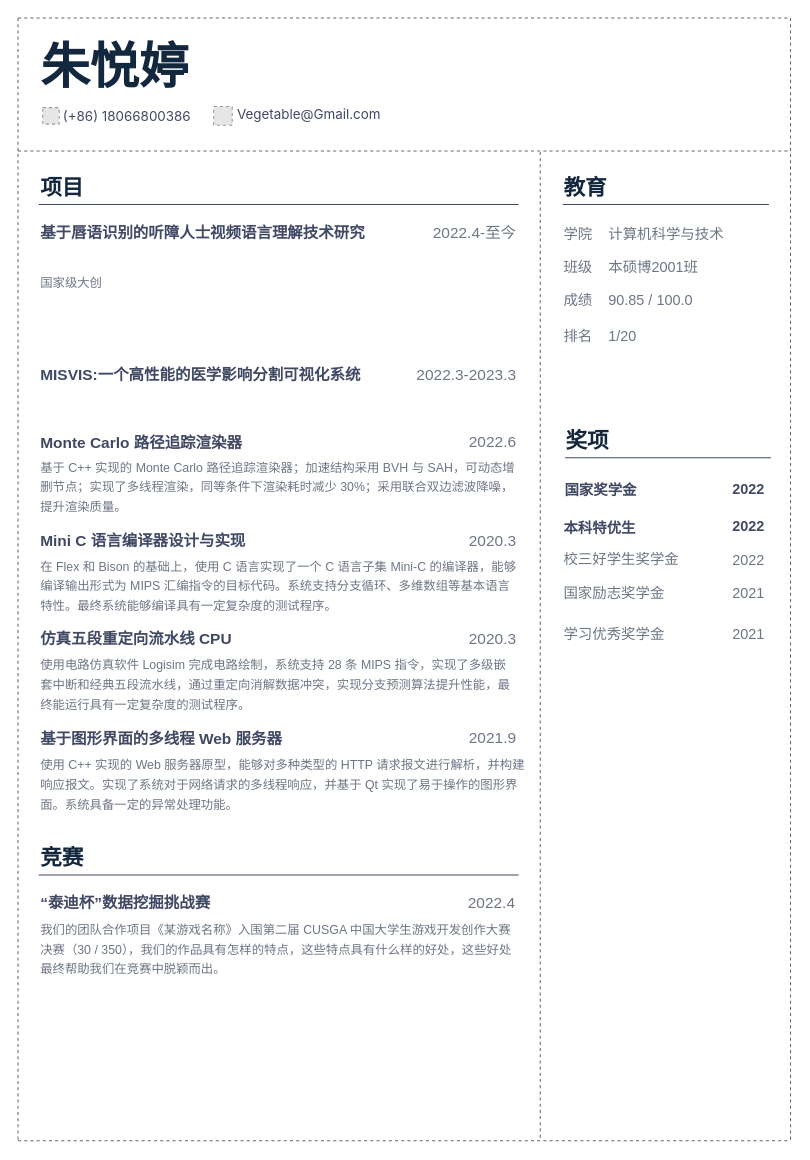
Before: source/DrawCV.drawio in Polycoriander/DrawCV, a draw.io diagram. Source tidied: cells renumbered, new cells numbered last; positions are measured from the earlier drawing's top-left corner, leaving out a move shared by most shapes. Both pictures are drawn from the tidied source at 103%, with x=0, y=0 at pixel (18, 18). Pictures stored in the file or linked from it are replaced by grey dashed boxes.
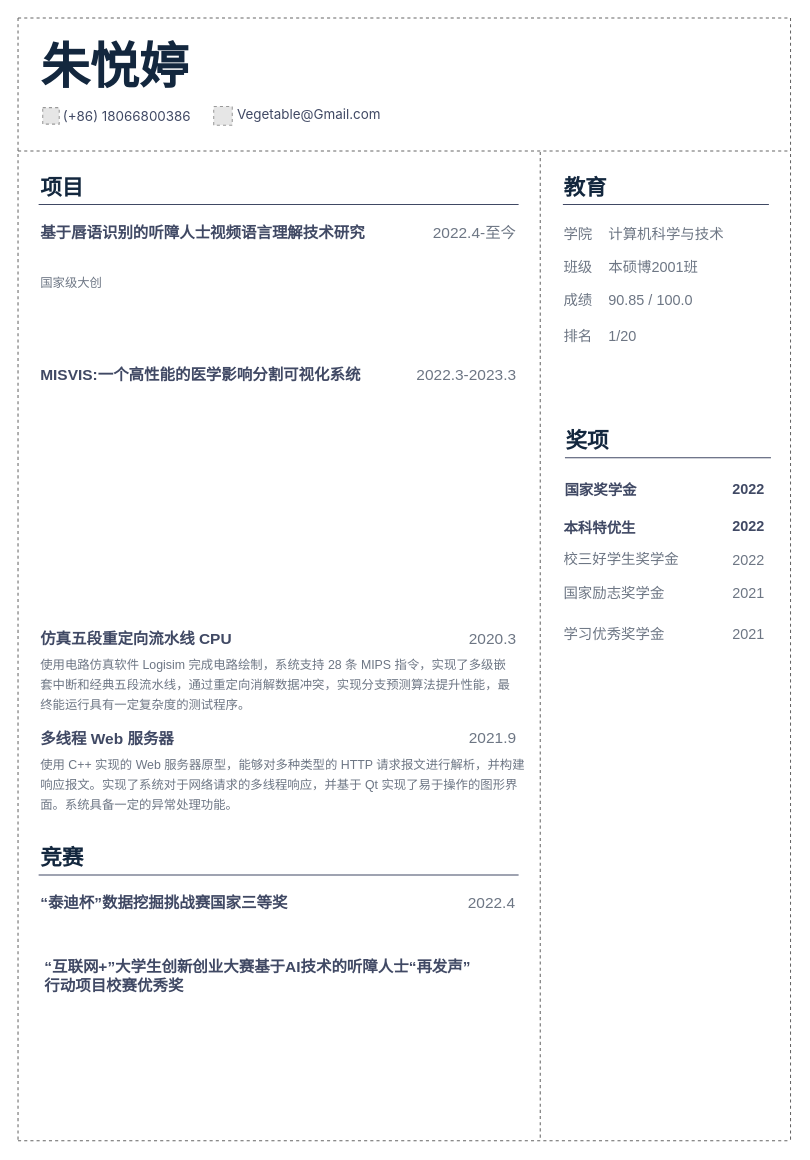
After the change.

The edit, as a diff of the source:
```diff
@@
-    <mxCell id="35" value="&lt;p style=&quot;text-align:center;&quot; align=&quot;center&quot; class=&quot;MsoNormal&quot;&gt;“泰迪杯”数据挖掘挑战赛&lt;span style=&quot;mso-spacerun:'yes';font-family:宋体;mso-ascii-font-family:Calibri;&lt;br/&gt;mso-hansi-font-family:Calibri;mso-bidi-font-family:'Times New Roman';font-size:12.0000pt;&lt;br/&gt;mso-font-kerning:1.0000pt;&quot;&gt;&lt;/span&gt;&lt;/p&gt;" style="text;html=1;strokeColor=none;fillColor=none;align=left;verticalAlign=middle;whiteSpace=wrap;rounded=0;fontSize=15;fontFamily=Source Han Sans;fontStyle=1;fontColor=#404964;" parent="1" vertex="1">
+    <mxCell id="35" value="&lt;p style=&quot;text-align:center;&quot; align=&quot;center&quot; class=&quot;MsoNormal&quot;&gt;“泰迪杯”数据挖掘挑战赛国家三等奖&lt;span&gt;&lt;/span&gt;&lt;/p&gt;" style="text;html=1;strokeColor=none;fillColor=none;align=left;verticalAlign=middle;whiteSpace=wrap;rounded=0;fontSize=15;fontFamily=Source Han Sans;fontStyle=1;fontColor=#404964;" parent="1" vertex="1">
       <mxGeometry x="20" y="849" width="416" height="20" as="geometry" />
     </mxCell>
@@
-    <mxCell id="37" value="&lt;p style=&quot;line-height: 1.6;&quot;&gt;我们的团队合作项目《某游戏名称》入围第二届 CUSGA 中国大学生游戏开发创作大赛决赛（30 / 350），我们的作品具有怎样的特点，这些特点具有什么样的好处，这些好处最终帮助我们在竞赛中脱颖而出。&lt;/p&gt;" style="text;html=1;strokeColor=none;fillColor=none;align=left;verticalAlign=middle;whiteSpace=wrap;rounded=0;fontFamily=Source Han Sans;fontSize=12;fontColor=#6D7684;fontStyle=0;" parent="1" vertex="1">
+    <mxCell id="37" value="&lt;p style=&quot;line-height: 1.6;&quot;&gt;&lt;br&gt;&lt;/p&gt;" style="text;html=1;strokeColor=none;fillColor=none;align=left;verticalAlign=middle;whiteSpace=wrap;rounded=0;fontFamily=Source Han Sans;fontSize=12;fontColor=#6D7684;fontStyle=0;" parent="1" vertex="1">
       <mxGeometry x="20" y="877" width="466" height="55.7" as="geometry" />
     </mxCell>
-    <mxCell id="38" value="基于图形界面的多线程 Web 服务器" style="text;html=1;strokeColor=none;fillColor=none;align=left;verticalAlign=middle;whiteSpace=wrap;rounded=0;fontSize=15;fontFamily=Source Han Sans;fontStyle=1;fontColor=#404964;" parent="1" vertex="1">
+    <mxCell id="38" value="多线程 Web 服务器" style="text;html=1;strokeColor=none;fillColor=none;align=left;verticalAlign=middle;whiteSpace=wrap;rounded=0;fontSize=15;fontFamily=Source Han Sans;fontStyle=1;fontColor=#404964;" parent="1" vertex="1">
       <mxGeometry x="20" y="688.8" width="416" height="20" as="geometry" />
     </mxCell>
@@
-    <mxCell id="41" value="Monte Carlo 路径追踪渲染器" style="text;html=1;strokeColor=none;fillColor=none;align=left;verticalAlign=middle;whiteSpace=wrap;rounded=0;fontSize=15;fontFamily=Source Han Sans;fontStyle=1;fontColor=#404964;" parent="1" vertex="1">
-      <mxGeometry x="20" y="401.5" width="416" height="20" as="geometry" />
-    </mxCell>
-    <mxCell id="42" value="2022.6" style="text;html=1;strokeColor=none;fillColor=none;align=right;verticalAlign=middle;whiteSpace=wrap;rounded=0;fontFamily=Source Han Sans;fontSize=15;fontColor=#6D7684;fontStyle=0;" parent="1" vertex="1">
-      <mxGeometry x="440" y="403.5" width="46" height="14" as="geometry" />
-    </mxCell>
-    <mxCell id="43" value="&lt;p style=&quot;line-height: 1.6;&quot;&gt;基于 C++ 实现的 Monte Carlo 路径追踪渲染器；加速结构采用 BVH 与 SAH，可动态增删节点；实现了多线程渲染，同等条件下渲染耗时减少 30%；采用联合双边滤波降噪，提升渲染质量。&lt;/p&gt;" style="text;html=1;strokeColor=none;fillColor=none;align=left;verticalAlign=middle;whiteSpace=wrap;rounded=0;fontFamily=Source Han Sans;fontSize=12;fontColor=#6D7684;fontStyle=0;" parent="1" vertex="1">
-      <mxGeometry x="20" y="428.5" width="466" height="55" as="geometry" />
-    </mxCell>
-    <mxCell id="44" value="Mini C 语言编译器设计与实现" style="text;html=1;strokeColor=none;fillColor=none;align=left;verticalAlign=middle;whiteSpace=wrap;rounded=0;fontSize=15;fontFamily=Source Han Sans;fontStyle=1;fontColor=#404964;" parent="1" vertex="1">
-      <mxGeometry x="20" y="497.3" width="416" height="20" as="geometry" />
-    </mxCell>
-    <mxCell id="45" value="2020.3" style="text;html=1;strokeColor=none;fillColor=none;align=right;verticalAlign=middle;whiteSpace=wrap;rounded=0;fontFamily=Source Han Sans;fontSize=15;fontColor=#6D7684;fontStyle=0;" parent="1" vertex="1">
-      <mxGeometry x="439" y="500.3" width="47" height="14" as="geometry" />
-    </mxCell>
-    <mxCell id="46" value="&lt;p style=&quot;line-height: 1.6;&quot;&gt;在 Flex 和 Bison 的基础上，使用 C 语言实现了一个 C 语言子集 Mini-C 的编译器，能够编译输出形式为 MIPS 汇编指令的目标代码。系统支持分支循环、多维数组等基本语言特性。最终系统能够编译具有一定复杂度的测试程序。&lt;/p&gt;" style="text;html=1;strokeColor=none;fillColor=none;align=left;verticalAlign=middle;whiteSpace=wrap;rounded=0;fontFamily=Source Han Sans;fontSize=12;fontColor=#6D7684;fontStyle=0;" parent="1" vertex="1">
-      <mxGeometry x="20" y="524.3" width="466" height="55" as="geometry" />
-    </mxCell>
@@
+    <mxCell id="56" value="&lt;p style=&quot;&quot; class=&quot;MsoNormal&quot;&gt;“互联网+”大学生创新创业大赛基于AI技术的听障人士“再发声”行动项目校赛优秀奖&amp;nbsp;&lt;span&gt;&lt;/span&gt;&lt;/p&gt;" style="text;html=1;strokeColor=none;fillColor=none;align=left;verticalAlign=middle;whiteSpace=wrap;rounded=0;fontSize=15;fontFamily=Source Han Sans;fontStyle=1;fontColor=#404964;" parent="1" vertex="1">
+      <mxGeometry x="24" y="920" width="416" height="20" as="geometry" />
+    </mxCell>
```
